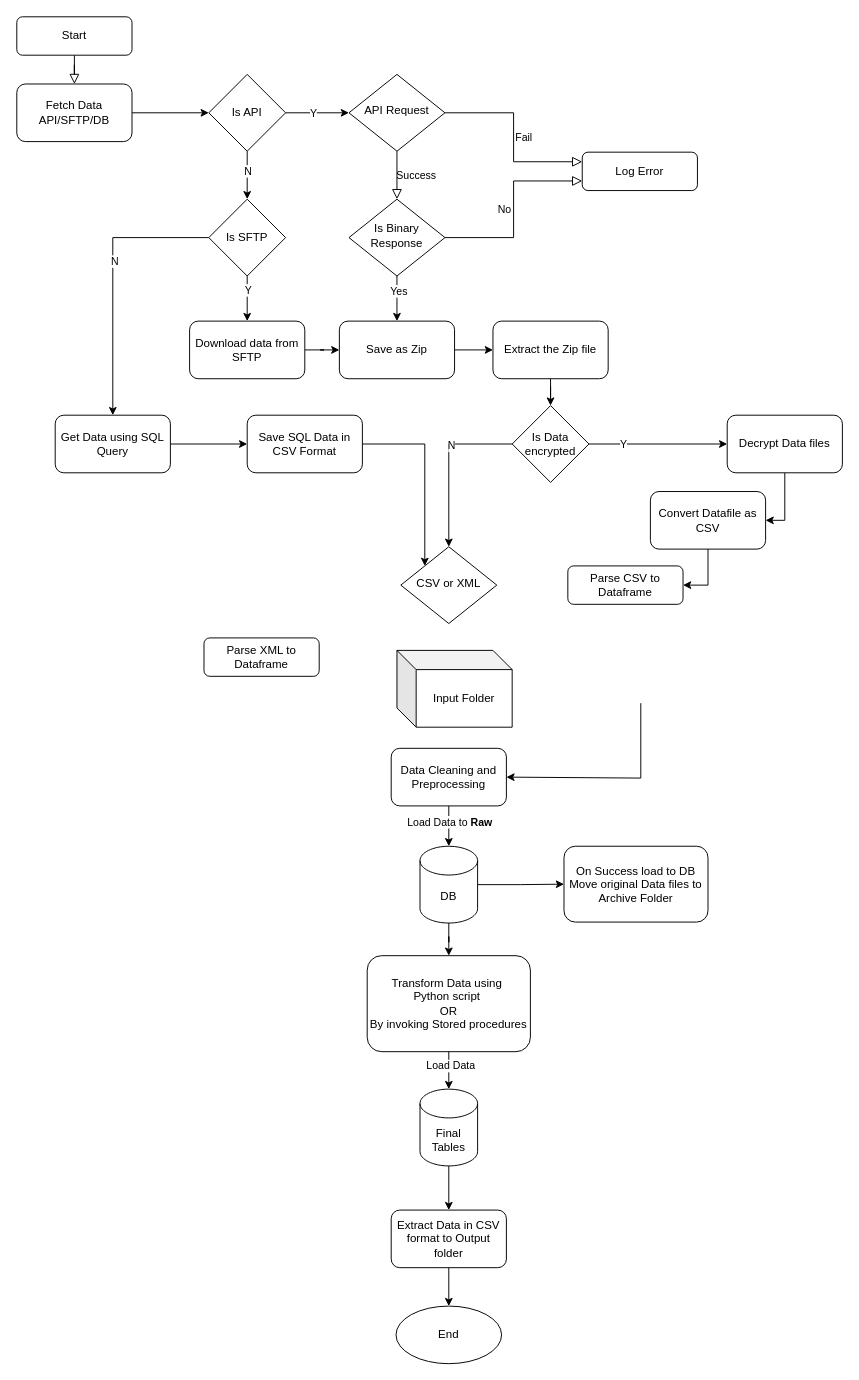
Above: Market_Vendor_Py.drawio in gurudevkumar51/My-files (draw.io), before the change. Source tidied: cells renumbered, new cells numbered last; positions are measured from the earlier drawing's top-left corner, leaving out a move shared by most shapes. Both pictures are drawn from the tidied source at 96%, with x=0, y=0 at pixel (16, 16).
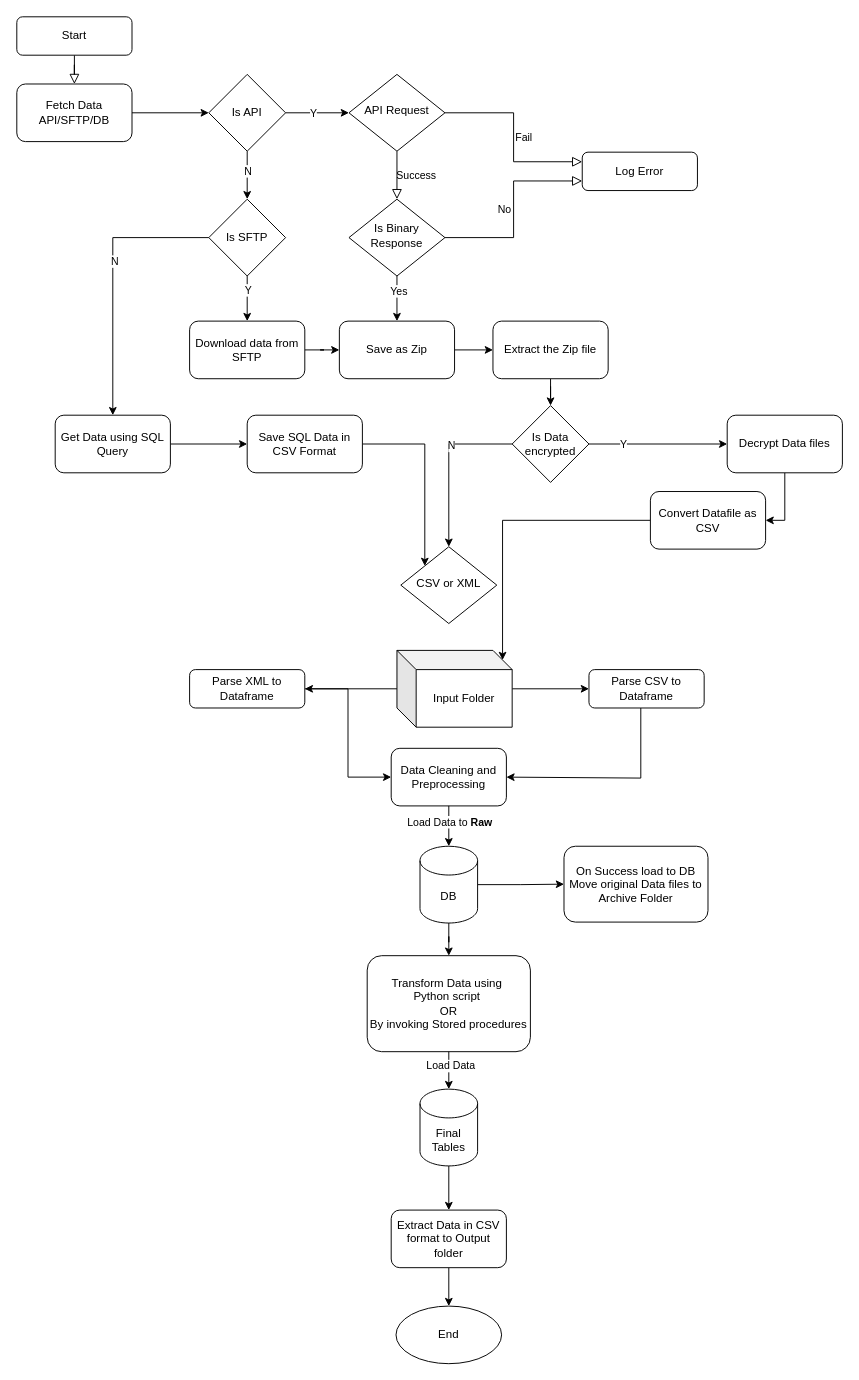
The same diagram, later.

The change refers to these unchanged cells:
```xml
<mxCell id="20" value="Data Cleaning and Preprocessing" style="rounded=1;whiteSpace=wrap;html=1;" parent="1" vertex="1">
  <mxGeometry x="390" y="762" width="120" height="60" as="geometry" />
</mxCell>
<mxCell id="58" value="Convert Datafile as CSV" style="rounded=1;whiteSpace=wrap;html=1;" parent="1" vertex="1">
  <mxGeometry x="660" y="494.5" width="120" height="60" as="geometry" />
</mxCell>
<mxCell id="62" value="Input Folder" style="shape=cube;whiteSpace=wrap;html=1;boundedLbl=1;backgroundOutline=1;darkOpacity=0.05;darkOpacity2=0.1;" parent="1" vertex="1">
  <mxGeometry x="396" y="660" width="120" height="80" as="geometry" />
</mxCell>
```

Change to the diagram source:
```diff
@@
+    <mxCell id="63" style="edgeStyle=orthogonalEdgeStyle;rounded=0;jettySize=auto;html=1;entryX=0;entryY=0.5;entryDx=0;entryDy=0;" parent="1" edge="1" source="9" target="20">
+      <mxGeometry relative="1" as="geometry" />
+    </mxCell>
     <mxCell id="9" value="Parse XML to Dataframe" style="rounded=1;whiteSpace=wrap;html=1;fontSize=12;glass=0;strokeWidth=1;shadow=0;" parent="1" vertex="1">
-      <mxGeometry x="195" y="647" width="120" height="40" as="geometry" />
+      <mxGeometry x="180" y="680" width="120" height="40" as="geometry" />
     </mxCell>
@@
     <mxCell id="11" value="Parse CSV to Dataframe" style="rounded=1;whiteSpace=wrap;html=1;fontSize=12;glass=0;strokeWidth=1;shadow=0;" parent="1" vertex="1">
-      <mxGeometry x="574" y="572" width="120" height="40" as="geometry" />
+      <mxGeometry x="596" y="680" width="120" height="40" as="geometry" />
     </mxCell>
@@
-    <mxCell id="57" style="edgeStyle=orthogonalEdgeStyle;rounded=0;jettySize=auto;html=1;entryX=1;entryY=0.5;entryDx=0;entryDy=0;" parent="1" edge="1" source="58" target="11">
+    <mxCell id="57" style="edgeStyle=orthogonalEdgeStyle;rounded=0;jettySize=auto;html=1;entryX=0;entryY=0;entryDx=110;entryDy=10;entryPerimeter=0;" parent="1" edge="1" source="58" target="62">
       <mxGeometry relative="1" as="geometry" />
     </mxCell>
@@
+    <mxCell id="64" style="edgeStyle=orthogonalEdgeStyle;rounded=0;jettySize=auto;html=1;entryX=0;entryY=0.5;entryDx=0;entryDy=0;" parent="1" edge="1" source="62" target="11">
+      <mxGeometry relative="1" as="geometry" />
+    </mxCell>
+    <mxCell id="65" style="edgeStyle=orthogonalEdgeStyle;rounded=0;jettySize=auto;html=1;entryX=1;entryY=0.5;entryDx=0;entryDy=0;" parent="1" edge="1" source="62" target="9">
+      <mxGeometry relative="1" as="geometry" />
+    </mxCell>
```
